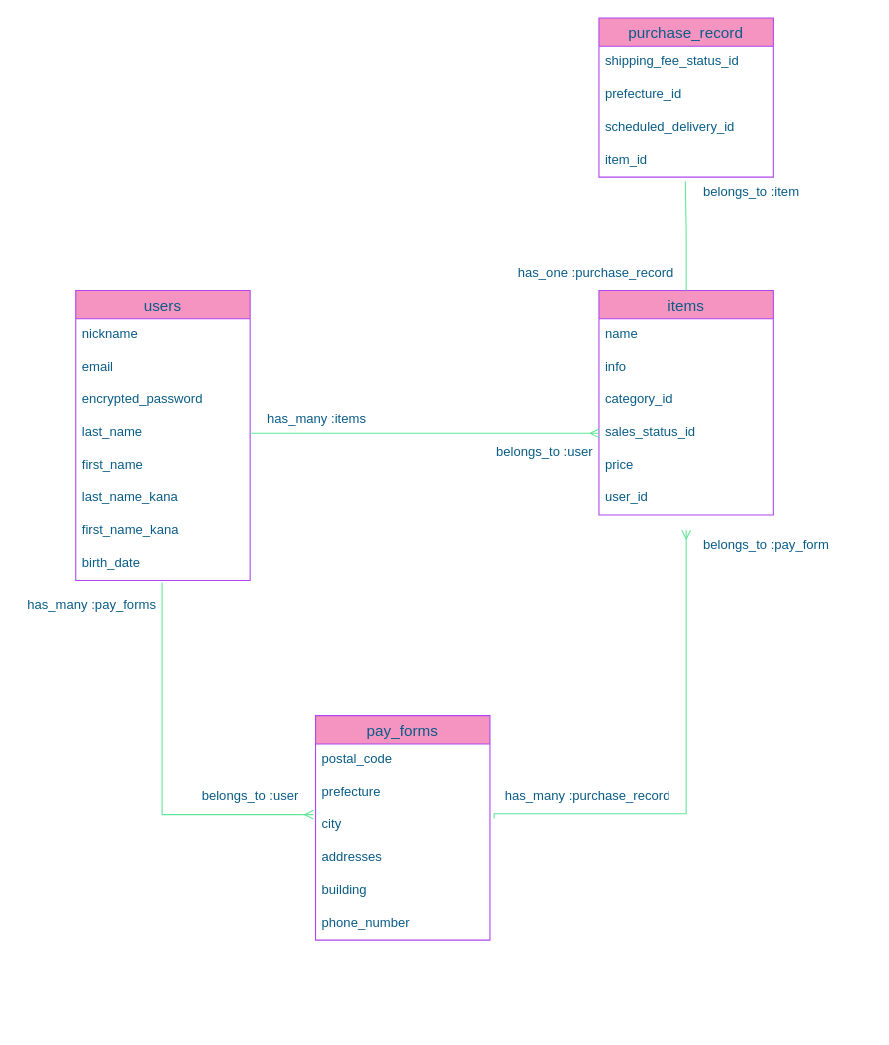
Before: README.dio in kazuki-mura/furima-35491, a draw.io diagram. Source tidied: cells renumbered, new cells numbered last; positions are measured from the earlier drawing's top-left corner, leaving out a move shared by most shapes. Both pictures are drawn from the tidied source at 109%, with x=0, y=0 at pixel (21, 17).
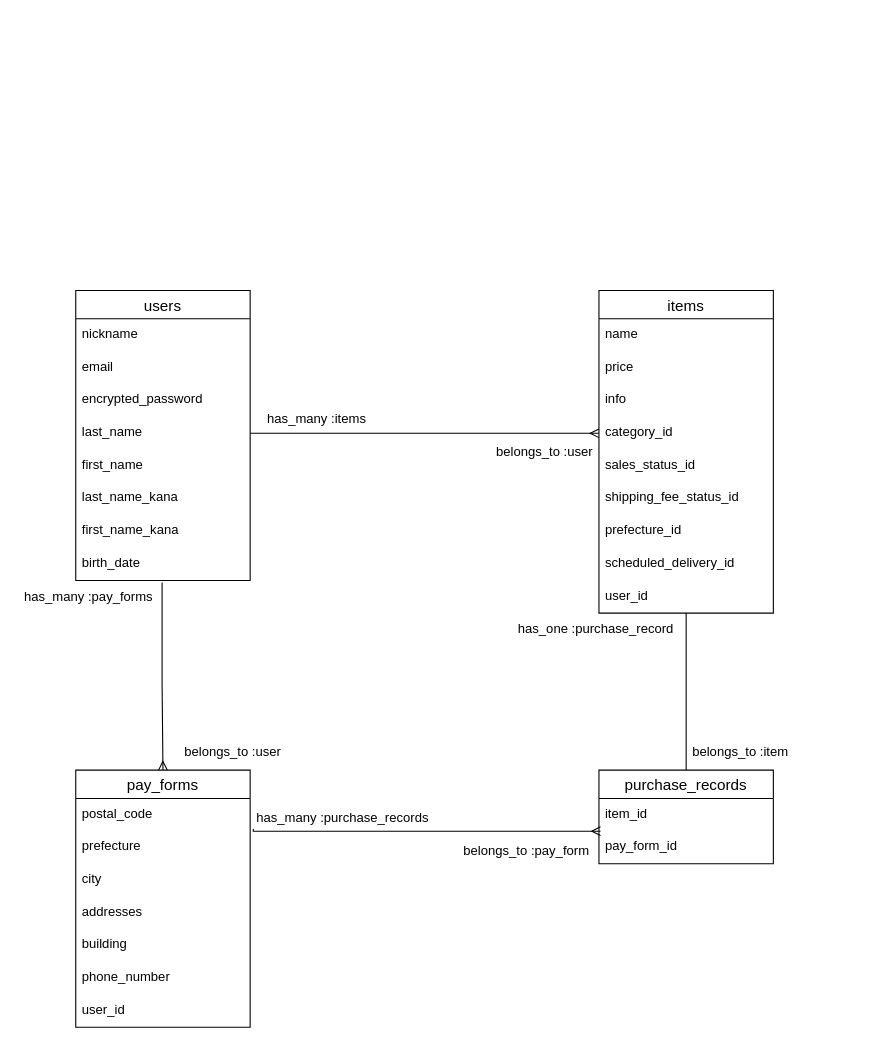
Above is the later version.

Change to the diagram source:
```diff
@@
-    <mxCell id="2" value="users" style="swimlane;fontStyle=0;horizontal=1;startSize=26;align=center;fontSize=14;fillColor=#F694C1;strokeColor=#AF45ED;fontColor=#095C86;" parent="1" vertex="1">
+    <mxCell id="2" value="users" style="swimlane;fontStyle=0;horizontal=1;startSize=26;align=center;fontSize=14;" parent="1" vertex="1">
       <mxGeometry x="50" y="250" width="160" height="266" as="geometry" />
     </mxCell>
-    <mxCell id="3" value="nickname" style="text;strokeColor=none;fillColor=none;spacingLeft=4;spacingRight=4;overflow=hidden;fontSize=12;fontFamily=Helvetica;fontColor=#095C86;" parent="2" vertex="1">
+    <mxCell id="3" value="nickname" style="text;strokeColor=none;fillColor=none;spacingLeft=4;spacingRight=4;overflow=hidden;fontSize=12;fontFamily=Helvetica;" parent="2" vertex="1">
       <mxGeometry y="26" width="160" height="30" as="geometry" />
     </mxCell>
-    <mxCell id="4" value="email" style="text;fillColor=none;spacingLeft=4;spacingRight=4;overflow=hidden;fontSize=12;fontColor=#095C86;" parent="2" vertex="1">
+    <mxCell id="4" value="email" style="text;fillColor=none;spacingLeft=4;spacingRight=4;overflow=hidden;fontSize=12;" parent="2" vertex="1">
       <mxGeometry y="56" width="160" height="30" as="geometry" />
     </mxCell>
-    <mxCell id="5" value="encrypted_password" style="text;strokeColor=none;fillColor=none;spacingLeft=4;spacingRight=4;overflow=hidden;fontSize=12;fontFamily=Helvetica;fontColor=#095C86;" parent="2" vertex="1">
+    <mxCell id="5" value="encrypted_password" style="text;strokeColor=none;fillColor=none;spacingLeft=4;spacingRight=4;overflow=hidden;fontSize=12;fontFamily=Helvetica;" parent="2" vertex="1">
       <mxGeometry y="86" width="160" height="30" as="geometry" />
     </mxCell>
-    <mxCell id="6" value="last_name" style="text;strokeColor=none;fillColor=none;spacingLeft=4;spacingRight=4;overflow=hidden;points=[[0,0.5],[1,0.5]];portConstraint=eastwest;fontSize=12;fontFamily=Helvetica;fontColor=#095C86;" parent="2" vertex="1">
+    <mxCell id="6" value="last_name" style="text;strokeColor=none;fillColor=none;spacingLeft=4;spacingRight=4;overflow=hidden;points=[[0,0.5],[1,0.5]];portConstraint=eastwest;fontSize=12;fontFamily=Helvetica;" parent="2" vertex="1">
       <mxGeometry y="116" width="160" height="30" as="geometry" />
     </mxCell>
-    <mxCell id="7" value="first_name " style="text;strokeColor=none;fillColor=none;spacingLeft=4;spacingRight=4;overflow=hidden;fontSize=12;fontFamily=Helvetica;fontColor=#095C86;" parent="2" vertex="1">
+    <mxCell id="7" value="first_name " style="text;strokeColor=none;fillColor=none;spacingLeft=4;spacingRight=4;overflow=hidden;fontSize=12;fontFamily=Helvetica;" parent="2" vertex="1">
       <mxGeometry y="146" width="160" height="30" as="geometry" />
     </mxCell>
-    <mxCell id="8" value="last_name_kana" style="text;strokeColor=none;fillColor=none;spacingLeft=4;spacingRight=4;overflow=hidden;fontSize=12;fontFamily=Helvetica;fontColor=#095C86;" parent="2" vertex="1">
+    <mxCell id="8" value="last_name_kana" style="text;strokeColor=none;fillColor=none;spacingLeft=4;spacingRight=4;overflow=hidden;fontSize=12;fontFamily=Helvetica;" parent="2" vertex="1">
       <mxGeometry y="176" width="160" height="30" as="geometry" />
     </mxCell>
-    <mxCell id="9" value="first_name_kana" style="text;strokeColor=none;fillColor=none;spacingLeft=4;spacingRight=4;overflow=hidden;fontSize=12;fontFamily=Helvetica;fontColor=#095C86;" parent="2" vertex="1">
+    <mxCell id="9" value="first_name_kana" style="text;strokeColor=none;fillColor=none;spacingLeft=4;spacingRight=4;overflow=hidden;fontSize=12;fontFamily=Helvetica;" parent="2" vertex="1">
       <mxGeometry y="206" width="160" height="30" as="geometry" />
     </mxCell>
-    <mxCell id="10" value="birth_date" style="text;strokeColor=none;fillColor=none;spacingLeft=4;spacingRight=4;overflow=hidden;points=[[0,0.5],[1,0.5]];portConstraint=eastwest;fontSize=12;fontFamily=Helvetica;fontColor=#095C86;" parent="2" vertex="1">
+    <mxCell id="10" value="birth_date" style="text;strokeColor=none;fillColor=none;spacingLeft=4;spacingRight=4;overflow=hidden;points=[[0,0.5],[1,0.5]];portConstraint=eastwest;fontSize=12;fontFamily=Helvetica;" parent="2" vertex="1">
       <mxGeometry y="236" width="160" height="30" as="geometry" />
     </mxCell>
-    <mxCell id="11" value="items" style="swimlane;fontStyle=0;horizontal=1;startSize=26;align=center;fontSize=14;fillColor=#F694C1;strokeColor=#AF45ED;fontColor=#095C86;" parent="1" vertex="1">
-      <mxGeometry x="530" y="250" width="160" height="206" as="geometry" />
+    <mxCell id="11" value="items" style="swimlane;fontStyle=0;horizontal=1;startSize=26;align=center;fontSize=14;" parent="1" vertex="1">
+      <mxGeometry x="530" y="250" width="160" height="296" as="geometry" />
     </mxCell>
-    <mxCell id="12" value="name" style="text;strokeColor=none;fillColor=none;spacingLeft=4;spacingRight=4;overflow=hidden;fontSize=12;fontFamily=Helvetica;fontColor=#095C86;" parent="11" vertex="1">
+    <mxCell id="12" value="name" style="text;strokeColor=none;fillColor=none;spacingLeft=4;spacingRight=4;overflow=hidden;fontSize=12;fontFamily=Helvetica;" parent="11" vertex="1">
       <mxGeometry y="26" width="160" height="30" as="geometry" />
     </mxCell>
+    <mxCell id="16" value="price" style="text;strokeColor=none;fillColor=none;spacingLeft=4;spacingRight=4;overflow=hidden;fontSize=12;fontFamily=Helvetica;" parent="11" vertex="1">
+      <mxGeometry y="56" width="160" height="30" as="geometry" />
+    </mxCell>
-    <mxCell id="13" value="info" style="text;strokeColor=none;fillColor=none;spacingLeft=4;spacingRight=4;overflow=hidden;fontSize=12;fontColor=#095C86;" parent="11" vertex="1">
-      <mxGeometry y="56" width="160" height="30" as="geometry" />
+    <mxCell id="13" value="info" style="text;strokeColor=none;fillColor=none;spacingLeft=4;spacingRight=4;overflow=hidden;fontSize=12;" parent="11" vertex="1">
+      <mxGeometry y="86" width="160" height="30" as="geometry" />
     </mxCell>
-    <mxCell id="14" value="category_id" style="text;strokeColor=none;fillColor=none;spacingLeft=4;spacingRight=4;overflow=hidden;points=[[0,0.5],[1,0.5]];portConstraint=eastwest;fontSize=12;fontFamily=Helvetica;fontColor=#095C86;" parent="11" vertex="1">
-      <mxGeometry y="86" width="160" height="30" as="geometry" />
+    <mxCell id="14" value="category_id" style="text;strokeColor=none;fillColor=none;spacingLeft=4;spacingRight=4;overflow=hidden;points=[[0,0.5],[1,0.5]];portConstraint=eastwest;fontSize=12;fontFamily=Helvetica;" parent="11" vertex="1">
+      <mxGeometry y="116" width="160" height="30" as="geometry" />
     </mxCell>
-    <mxCell id="15" value="sales_status_id" style="text;strokeColor=none;fillColor=none;spacingLeft=4;spacingRight=4;overflow=hidden;points=[[0,0.5],[1,0.5]];portConstraint=eastwest;fontSize=12;fontFamily=Helvetica;fontColor=#095C86;" parent="11" vertex="1">
-      <mxGeometry y="116" width="160" height="30" as="geometry" />
+    <mxCell id="15" value="sales_status_id" style="text;strokeColor=none;fillColor=none;spacingLeft=4;spacingRight=4;overflow=hidden;points=[[0,0.5],[1,0.5]];portConstraint=eastwest;fontSize=12;fontFamily=Helvetica;" parent="11" vertex="1">
+      <mxGeometry y="146" width="160" height="30" as="geometry" />
     </mxCell>
-    <mxCell id="16" value="price" style="text;strokeColor=none;fillColor=none;spacingLeft=4;spacingRight=4;overflow=hidden;fontSize=12;fontFamily=Helvetica;fontColor=#095C86;" parent="11" vertex="1">
-      <mxGeometry y="146" width="160" height="30" as="geometry" />
-    </mxCell>
-    <mxCell id="17" value="user_id" style="text;strokeColor=none;fillColor=none;spacingLeft=4;spacingRight=4;overflow=hidden;fontSize=12;fontFamily=Helvetica;fontColor=#095C86;" parent="11" vertex="1">
-      <mxGeometry y="176" width="160" height="30" as="geometry" />
-    </mxCell>
-    <mxCell id="18" value="purchase_record" style="swimlane;fontStyle=0;horizontal=1;startSize=26;align=center;fontSize=14;fillColor=#F694C1;strokeColor=#AF45ED;fontColor=#095C86;" parent="1" vertex="1">
-      <mxGeometry x="530" width="160" height="146" as="geometry" />
-    </mxCell>
-    <mxCell id="19" value="shipping_fee_status_id" style="text;strokeColor=none;fillColor=none;spacingLeft=4;spacingRight=4;overflow=hidden;fontSize=12;fontFamily=Helvetica;fontColor=#095C86;" parent="18" vertex="1">
-      <mxGeometry y="26" width="160" height="30" as="geometry" />
+    <mxCell id="19" value="shipping_fee_status_id" style="text;strokeColor=none;fillColor=none;spacingLeft=4;spacingRight=4;overflow=hidden;fontSize=12;fontFamily=Helvetica;" parent="11" vertex="1">
+      <mxGeometry y="176" width="160" height="30" as="geometry" />
     </mxCell>
-    <mxCell id="20" value="prefecture_id" style="text;strokeColor=none;fillColor=none;spacingLeft=4;spacingRight=4;overflow=hidden;fontSize=12;fontFamily=Helvetica;fontColor=#095C86;" parent="18" vertex="1">
-      <mxGeometry y="56" width="160" height="30" as="geometry" />
+    <mxCell id="20" value="prefecture_id" style="text;strokeColor=none;fillColor=none;spacingLeft=4;spacingRight=4;overflow=hidden;fontSize=12;fontFamily=Helvetica;" parent="11" vertex="1">
+      <mxGeometry y="206" width="160" height="30" as="geometry" />
     </mxCell>
-    <mxCell id="21" value="scheduled_delivery_id" style="text;strokeColor=none;fillColor=none;spacingLeft=4;spacingRight=4;overflow=hidden;fontSize=12;fontFamily=Helvetica;fontColor=#095C86;" parent="18" vertex="1">
-      <mxGeometry y="86" width="160" height="30" as="geometry" />
+    <mxCell id="21" value="scheduled_delivery_id" style="text;strokeColor=none;fillColor=none;spacingLeft=4;spacingRight=4;overflow=hidden;fontSize=12;fontFamily=Helvetica;" parent="11" vertex="1">
+      <mxGeometry y="236" width="160" height="30" as="geometry" />
     </mxCell>
+    <mxCell id="17" value="user_id" style="text;strokeColor=none;fillColor=none;spacingLeft=4;spacingRight=4;overflow=hidden;fontSize=12;fontFamily=Helvetica;" parent="11" vertex="1">
+      <mxGeometry y="266" width="160" height="30" as="geometry" />
+    </mxCell>
+    <mxCell id="18" value="purchase_records" style="swimlane;fontStyle=0;horizontal=1;startSize=26;align=center;fontSize=14;" parent="1" vertex="1">
+      <mxGeometry x="530" y="690" width="160" height="86" as="geometry" />
+    </mxCell>
-    <mxCell id="22" value="item_id" style="text;strokeColor=none;fillColor=none;spacingLeft=4;spacingRight=4;overflow=hidden;points=[[0,0.5],[1,0.5]];portConstraint=eastwest;fontSize=12;fontFamily=Helvetica;fontColor=#095C86;" parent="18" vertex="1">
-      <mxGeometry y="116" width="160" height="30" as="geometry" />
+    <mxCell id="22" value="item_id" style="text;strokeColor=none;fillColor=none;spacingLeft=4;spacingRight=4;overflow=hidden;points=[[0,0.5],[1,0.5]];portConstraint=eastwest;fontSize=12;fontFamily=Helvetica;" parent="18" vertex="1">
+      <mxGeometry y="26" width="160" height="30" as="geometry" />
     </mxCell>
+    <mxCell id="42" value="pay_form_id" style="text;strokeColor=none;fillColor=none;spacingLeft=4;spacingRight=4;overflow=hidden;points=[[0,0.5],[1,0.5]];portConstraint=eastwest;fontSize=12;fontFamily=Helvetica;" parent="18" vertex="1">
+      <mxGeometry y="56" width="160" height="30" as="geometry" />
+    </mxCell>
-    <mxCell id="23" style="edgeStyle=orthogonalEdgeStyle;rounded=0;jettySize=auto;html=1;entryX=0;entryY=0.5;entryDx=0;entryDy=0;fontFamily=Helvetica;endArrow=ERmany;endFill=0;strokeWidth=1;strokeColor=#60E696;fontColor=#095C86;" parent="1" edge="1" source="6" target="15">
-      <mxGeometry relative="1" as="geometry">
-        <Array as="points">
-          <mxPoint x="510" y="381" />
-          <mxPoint x="510" y="381" />
-        </Array>
-      </mxGeometry>
+    <mxCell id="23" style="edgeStyle=orthogonalEdgeStyle;rounded=0;jettySize=auto;html=1;entryX=0;entryY=0.5;entryDx=0;entryDy=0;fontFamily=Helvetica;endArrow=ERmany;endFill=0;strokeWidth=1;" parent="1" edge="1" source="6" target="14">
+      <mxGeometry relative="1" as="geometry" />
     </mxCell>
-    <mxCell id="24" value="has_many :items" style="text;strokeColor=none;fillColor=none;spacingLeft=4;spacingRight=4;overflow=hidden;fontSize=12;fontColor=#095C86;" parent="1" vertex="1">
+    <mxCell id="24" value="has_many :items" style="text;strokeColor=none;fillColor=none;spacingLeft=4;spacingRight=4;overflow=hidden;fontSize=12;" parent="1" vertex="1">
       <mxGeometry x="220" y="354" width="160" height="30" as="geometry" />
     </mxCell>
-    <mxCell id="25" value="has_one :purchase_record" style="text;strokeColor=none;fillColor=none;spacingLeft=4;spacingRight=4;overflow=hidden;fontSize=12;fontColor=#095C86;" parent="1" vertex="1">
-      <mxGeometry x="450" y="220" width="160" height="30" as="geometry" />
-    </mxCell>
-    <mxCell id="26" value="belongs_to :item" style="text;strokeColor=none;fillColor=none;spacingLeft=4;spacingRight=4;overflow=hidden;fontSize=12;fontColor=#095C86;" parent="1" vertex="1">
-      <mxGeometry x="620" y="146" width="160" height="30" as="geometry" />
+    <mxCell id="26" value="belongs_to :item" style="text;strokeColor=none;fillColor=none;spacingLeft=4;spacingRight=4;overflow=hidden;fontSize=12;" parent="1" vertex="1">
+      <mxGeometry x="610" y="660" width="160" height="30" as="geometry" />
     </mxCell>
-    <mxCell id="27" value="pay_forms" style="swimlane;fontStyle=0;horizontal=1;startSize=26;align=center;fontSize=14;fillColor=#F694C1;strokeColor=#AF45ED;fontColor=#095C86;" parent="1" vertex="1">
-      <mxGeometry x="270" y="640" width="160" height="206" as="geometry" />
+    <mxCell id="27" value="pay_forms" style="swimlane;fontStyle=0;horizontal=1;startSize=26;align=center;fontSize=14;" parent="1" vertex="1">
+      <mxGeometry x="50" y="690" width="160" height="236" as="geometry" />
     </mxCell>
-    <mxCell id="28" value="postal_code" style="text;strokeColor=none;fillColor=none;spacingLeft=4;spacingRight=4;overflow=hidden;fontSize=12;fontFamily=Helvetica;fontColor=#095C86;" parent="27" vertex="1">
+    <mxCell id="28" value="postal_code" style="text;strokeColor=none;fillColor=none;spacingLeft=4;spacingRight=4;overflow=hidden;fontSize=12;fontFamily=Helvetica;" parent="27" vertex="1">
       <mxGeometry y="26" width="160" height="30" as="geometry" />
     </mxCell>
-    <mxCell id="29" value="prefecture" style="text;strokeColor=none;fillColor=none;spacingLeft=4;spacingRight=4;overflow=hidden;points=[[0,0.5],[1,0.5]];portConstraint=eastwest;fontSize=12;fontFamily=Helvetica;fontColor=#095C86;" parent="27" vertex="1">
+    <mxCell id="29" value="prefecture" style="text;strokeColor=none;fillColor=none;spacingLeft=4;spacingRight=4;overflow=hidden;points=[[0,0.5],[1,0.5]];portConstraint=eastwest;fontSize=12;fontFamily=Helvetica;" parent="27" vertex="1">
       <mxGeometry y="56" width="160" height="30" as="geometry" />
     </mxCell>
-    <mxCell id="30" value="city" style="text;strokeColor=none;fillColor=none;spacingLeft=4;spacingRight=4;overflow=hidden;points=[[0,0.5],[1,0.5]];portConstraint=eastwest;fontSize=12;fontFamily=Helvetica;fontColor=#095C86;" parent="27" vertex="1">
+    <mxCell id="30" value="city" style="text;strokeColor=none;fillColor=none;spacingLeft=4;spacingRight=4;overflow=hidden;points=[[0,0.5],[1,0.5]];portConstraint=eastwest;fontSize=12;fontFamily=Helvetica;" parent="27" vertex="1">
       <mxGeometry y="86" width="160" height="30" as="geometry" />
     </mxCell>
-    <mxCell id="31" value="addresses" style="text;strokeColor=none;fillColor=none;spacingLeft=4;spacingRight=4;overflow=hidden;fontSize=12;fontFamily=Helvetica;fontColor=#095C86;" parent="27" vertex="1">
+    <mxCell id="31" value="addresses" style="text;strokeColor=none;fillColor=none;spacingLeft=4;spacingRight=4;overflow=hidden;fontSize=12;fontFamily=Helvetica;" parent="27" vertex="1">
       <mxGeometry y="116" width="160" height="30" as="geometry" />
     </mxCell>
-    <mxCell id="32" value="building" style="text;strokeColor=none;fillColor=none;spacingLeft=4;spacingRight=4;overflow=hidden;fontSize=12;fontFamily=Helvetica;fontColor=#095C86;" parent="27" vertex="1">
+    <mxCell id="32" value="building" style="text;strokeColor=none;fillColor=none;spacingLeft=4;spacingRight=4;overflow=hidden;fontSize=12;fontFamily=Helvetica;" parent="27" vertex="1">
       <mxGeometry y="146" width="160" height="30" as="geometry" />
     </mxCell>
-    <mxCell id="33" value="phone_number" style="text;strokeColor=none;fillColor=none;spacingLeft=4;spacingRight=4;overflow=hidden;fontSize=12;fontFamily=Helvetica;fontColor=#095C86;" parent="27" vertex="1">
+    <mxCell id="33" value="phone_number" style="text;strokeColor=none;fillColor=none;spacingLeft=4;spacingRight=4;overflow=hidden;fontSize=12;fontFamily=Helvetica;" parent="27" vertex="1">
       <mxGeometry y="176" width="160" height="30" as="geometry" />
     </mxCell>
+    <mxCell id="43" value="user_id" style="text;strokeColor=none;fillColor=none;spacingLeft=4;spacingRight=4;overflow=hidden;fontSize=12;fontFamily=Helvetica;" parent="27" vertex="1">
+      <mxGeometry y="206" width="160" height="30" as="geometry" />
+    </mxCell>
-    <mxCell id="34" style="edgeStyle=orthogonalEdgeStyle;rounded=0;jettySize=auto;html=1;fontFamily=Helvetica;endArrow=ERmany;endFill=0;strokeWidth=1;exitX=0.495;exitY=1.065;exitDx=0;exitDy=0;exitPerimeter=0;entryX=-0.012;entryY=0.163;entryDx=0;entryDy=0;entryPerimeter=0;strokeColor=#60E696;fontColor=#095C86;" parent="1" edge="1" source="10" target="30">
+    <mxCell id="34" style="edgeStyle=orthogonalEdgeStyle;rounded=0;jettySize=auto;html=1;fontFamily=Helvetica;endArrow=ERmany;endFill=0;strokeWidth=1;exitX=0.495;exitY=1.065;exitDx=0;exitDy=0;exitPerimeter=0;entryX=0.5;entryY=0;entryDx=0;entryDy=0;" parent="1" edge="1" source="10" target="27">
       <mxGeometry relative="1" as="geometry">
         <Array as="points">
-          <mxPoint x="129" y="731" />
+          <mxPoint x="129" y="610" />
+          <mxPoint x="130" y="610" />
         </Array>
       </mxGeometry>
     </mxCell>
-    <mxCell id="35" value="has_many :pay_forms" style="text;strokeColor=none;fillColor=none;spacingLeft=4;spacingRight=4;overflow=hidden;fontSize=12;fontColor=#095C86;" parent="1" vertex="1">
-      <mxGeometry y="525" width="160" height="30" as="geometry" />
+    <mxCell id="35" value="has_many :pay_forms" style="text;strokeColor=none;fillColor=none;spacingLeft=4;spacingRight=4;overflow=hidden;fontSize=12;" parent="1" vertex="1">
+      <mxGeometry x="-3" y="517" width="160" height="30" as="geometry" />
     </mxCell>
-    <mxCell id="36" value="belongs_to :user" style="text;strokeColor=none;fillColor=none;spacingLeft=4;spacingRight=4;overflow=hidden;fontSize=12;fontColor=#095C86;" parent="1" vertex="1">
+    <mxCell id="36" value="belongs_to :user" style="text;strokeColor=none;fillColor=none;spacingLeft=4;spacingRight=4;overflow=hidden;fontSize=12;" parent="1" vertex="1">
       <mxGeometry x="430" y="384" width="160" height="26" as="geometry" />
     </mxCell>
-    <mxCell id="37" value="belongs_to :user" style="text;strokeColor=none;fillColor=none;spacingLeft=4;spacingRight=4;overflow=hidden;fontSize=12;fontColor=#095C86;" parent="1" vertex="1">
-      <mxGeometry x="160" y="700" width="160" height="30" as="geometry" />
+    <mxCell id="37" value="belongs_to :user" style="text;strokeColor=none;fillColor=none;spacingLeft=4;spacingRight=4;overflow=hidden;fontSize=12;" parent="1" vertex="1">
+      <mxGeometry x="144" y="660" width="160" height="30" as="geometry" />
     </mxCell>
-    <mxCell id="38" style="edgeStyle=orthogonalEdgeStyle;rounded=0;jettySize=auto;html=1;startSize=15;endArrow=none;endFill=0;strokeWidth=1;fontFamily=Helvetica;entryX=0.495;entryY=1.124;entryDx=0;entryDy=0;entryPerimeter=0;exitX=0.5;exitY=0;exitDx=0;exitDy=0;strokeColor=#60E696;fontColor=#095C86;" parent="1" edge="1" source="11" target="22">
-      <mxGeometry relative="1" as="geometry">
-        <Array as="points">
-          <mxPoint x="610" y="198" />
-          <mxPoint x="609" y="150" />
-        </Array>
-      </mxGeometry>
-    </mxCell>
-    <mxCell id="39" style="edgeStyle=orthogonalEdgeStyle;rounded=0;jettySize=auto;html=1;fontFamily=Helvetica;endArrow=ERmany;endFill=0;strokeWidth=1;exitX=1.024;exitY=0.28;exitDx=0;exitDy=0;exitPerimeter=0;strokeColor=#60E696;fontColor=#095C86;" parent="1" edge="1" source="30">
+    <mxCell id="39" style="edgeStyle=orthogonalEdgeStyle;rounded=0;jettySize=auto;html=1;fontFamily=Helvetica;endArrow=ERmany;endFill=0;strokeWidth=1;exitX=1.018;exitY=-0.067;exitDx=0;exitDy=0;exitPerimeter=0;entryX=0.009;entryY=0.002;entryDx=0;entryDy=0;entryPerimeter=0;" parent="1" edge="1" source="29" target="42">
       <mxGeometry relative="1" as="geometry">
-        <mxPoint x="610" y="470" as="targetPoint" />
         <Array as="points">
-          <mxPoint x="434" y="730" />
-          <mxPoint x="610" y="730" />
+          <mxPoint x="213" y="746" />
         </Array>
       </mxGeometry>
     </mxCell>
-    <mxCell id="40" value="has_many :purchase_record" style="text;strokeColor=none;fillColor=none;spacingLeft=4;spacingRight=4;overflow=hidden;fontSize=12;fontColor=#095C86;" parent="1" vertex="1">
-      <mxGeometry x="438" y="700" width="160" height="30" as="geometry" />
+    <mxCell id="40" value="has_many :purchase_records" style="text;strokeColor=none;fillColor=none;spacingLeft=4;spacingRight=4;overflow=hidden;fontSize=12;" parent="1" vertex="1">
+      <mxGeometry x="210" y="720" width="170" height="30" as="geometry" />
     </mxCell>
-    <mxCell id="41" value="belongs_to :pay_form" style="text;strokeColor=none;fillColor=none;spacingLeft=4;spacingRight=4;overflow=hidden;fontSize=12;fontColor=#095C86;" parent="1" vertex="1">
-      <mxGeometry x="620" y="470" width="160" height="30" as="geometry" />
+    <mxCell id="41" value="belongs_to :pay_form" style="text;strokeColor=none;fillColor=none;spacingLeft=4;spacingRight=4;overflow=hidden;fontSize=12;" parent="1" vertex="1">
+      <mxGeometry x="400" y="750" width="160" height="30" as="geometry" />
     </mxCell>
+    <mxCell id="25" value="has_one :purchase_record" style="text;strokeColor=none;fillColor=none;spacingLeft=4;spacingRight=4;overflow=hidden;fontSize=12;" parent="1" vertex="1">
+      <mxGeometry x="450" y="547" width="160" height="30" as="geometry" />
+    </mxCell>
+    <mxCell id="44" style="edgeStyle=orthogonalEdgeStyle;rounded=0;orthogonalLoop=1;jettySize=auto;html=1;entryX=0;entryY=0.5;entryDx=0;entryDy=0;fontFamily=Helvetica;endArrow=ERmany;endFill=0;strokeWidth=1;strokeColor=none;" parent="1" edge="1">
+      <mxGeometry relative="1" as="geometry">
+        <mxPoint x="210" y="460" as="sourcePoint" />
+        <mxPoint x="530" y="460" as="targetPoint" />
+      </mxGeometry>
+    </mxCell>
+    <mxCell id="45" style="edgeStyle=orthogonalEdgeStyle;rounded=0;jettySize=auto;html=1;entryX=0.5;entryY=0;entryDx=0;entryDy=0;fontFamily=Helvetica;endArrow=none;endFill=0;strokeWidth=1;exitX=0.5;exitY=1;exitDx=0;exitDy=0;" parent="1" edge="1" source="11" target="18">
+      <mxGeometry relative="1" as="geometry">
+        <Array as="points">
+          <mxPoint x="610" y="600" />
+          <mxPoint x="610" y="600" />
+        </Array>
+      </mxGeometry>
+    </mxCell>
```
